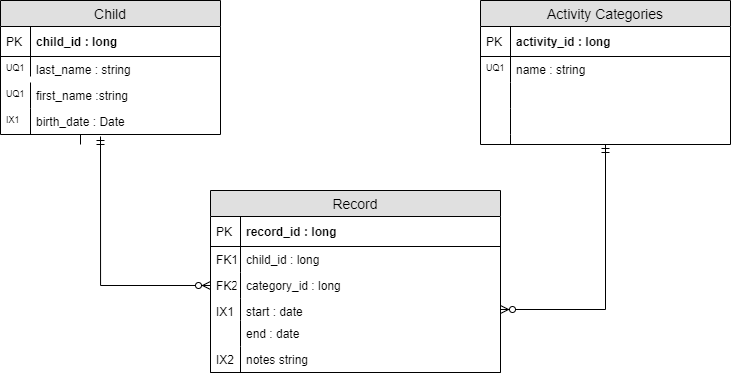
mgraham21/nursery-notes keeps this draw.io diagram as docs/nursery_notes_erd.png. Above is the earlier version. Source tidied: cells renumbered, new cells last; positions are measured from the earlier drawing's top-left corner, leaving out a move shared by most shapes. Source of this version:
```xml
<mxGraphModel>
  <root>
    <mxCell id="0" />
    <mxCell id="1" parent="0" />
    <mxCell id="2" value="Child" style="swimlane;fontStyle=0;horizontal=1;startSize=26;fillColor=#e0e0e0;swimlaneFillColor=#ffffff;align=center;fontSize=14;" parent="1" vertex="1">
      <mxGeometry width="220" height="134" as="geometry" />
    </mxCell>
    <mxCell id="3" value="child_id : long" style="shape=partialRectangle;top=0;left=0;right=0;bottom=1;align=left;verticalAlign=middle;fillColor=none;spacingLeft=34;spacingRight=4;overflow=hidden;fontStyle=1;fontSize=12;" parent="2" vertex="1">
      <mxGeometry y="26" width="220" height="30" as="geometry" />
    </mxCell>
    <mxCell id="4" value="PK" style="shape=partialRectangle;top=0;left=0;bottom=0;fillColor=none;align=left;verticalAlign=middle;spacingLeft=4;spacingRight=4;overflow=hidden;fontSize=12;" parent="3" vertex="1">
      <mxGeometry width="30" height="30" as="geometry" />
    </mxCell>
    <mxCell id="5" value="last_name : string" style="shape=partialRectangle;top=0;left=0;right=0;bottom=0;align=left;verticalAlign=top;fillColor=none;spacingLeft=34;spacingRight=4;overflow=hidden;fontSize=12;" parent="2" vertex="1">
      <mxGeometry y="56" width="220" height="26" as="geometry" />
    </mxCell>
    <mxCell id="6" value="UQ1" style="shape=partialRectangle;top=0;left=0;bottom=0;fillColor=none;align=left;verticalAlign=top;spacingLeft=4;spacingRight=4;overflow=hidden;fontSize=9;" parent="5" vertex="1">
      <mxGeometry width="30" height="20" as="geometry" />
    </mxCell>
    <mxCell id="7" value="first_name :string" style="shape=partialRectangle;top=0;left=0;right=0;bottom=0;align=left;verticalAlign=top;fillColor=none;spacingLeft=34;spacingRight=4;overflow=hidden;fontSize=12;" parent="2" vertex="1">
      <mxGeometry y="82" width="220" height="26" as="geometry" />
    </mxCell>
    <mxCell id="8" value="UQ1" style="shape=partialRectangle;top=0;left=0;bottom=0;fillColor=none;align=left;verticalAlign=top;spacingLeft=4;spacingRight=4;overflow=hidden;fontSize=9;" parent="7" vertex="1">
      <mxGeometry width="30" height="26" as="geometry" />
    </mxCell>
    <mxCell id="9" value="birth_date : Date" style="shape=partialRectangle;top=0;left=0;right=0;bottom=0;align=left;verticalAlign=top;fillColor=none;spacingLeft=34;spacingRight=4;overflow=hidden;fontSize=12;" parent="2" vertex="1">
      <mxGeometry y="108" width="220" height="26" as="geometry" />
    </mxCell>
    <mxCell id="10" value="IX1" style="shape=partialRectangle;top=0;left=0;bottom=0;fillColor=none;align=left;verticalAlign=top;spacingLeft=4;spacingRight=4;overflow=hidden;fontSize=9;" parent="9" vertex="1">
      <mxGeometry width="30" height="26" as="geometry" />
    </mxCell>
    <mxCell id="11" style="edgeStyle=orthogonalEdgeStyle;rounded=0;jettySize=auto;html=1;entryX=1;entryY=0.5;entryDx=0;entryDy=0;startArrow=ERmandOne;startFill=0;endArrow=ERzeroToMany;endFill=1;fontSize=9;" parent="1" edge="1" source="12" target="30">
      <mxGeometry relative="1" as="geometry" />
    </mxCell>
    <mxCell id="12" value="Activity Categories" style="swimlane;fontStyle=0;horizontal=1;startSize=26;fillColor=#e0e0e0;swimlaneFillColor=#ffffff;align=center;fontSize=14;" parent="1" vertex="1">
      <mxGeometry x="480" width="250" height="144" as="geometry" />
    </mxCell>
    <mxCell id="13" value="activity_id : long" style="shape=partialRectangle;top=0;left=0;right=0;bottom=1;align=left;verticalAlign=middle;fillColor=none;spacingLeft=34;spacingRight=4;overflow=hidden;fontStyle=1;fontSize=12;" parent="12" vertex="1">
      <mxGeometry y="26" width="250" height="30" as="geometry" />
    </mxCell>
    <mxCell id="14" value="PK" style="shape=partialRectangle;top=0;left=0;bottom=0;fillColor=none;align=left;verticalAlign=middle;spacingLeft=4;spacingRight=4;overflow=hidden;fontSize=12;" parent="13" vertex="1">
      <mxGeometry width="30" height="30" as="geometry" />
    </mxCell>
    <mxCell id="15" value="name : string" style="shape=partialRectangle;top=0;left=0;right=0;bottom=0;align=left;verticalAlign=top;fillColor=none;spacingLeft=34;spacingRight=4;overflow=hidden;fontSize=12;" parent="12" vertex="1">
      <mxGeometry y="56" width="250" height="26" as="geometry" />
    </mxCell>
    <mxCell id="16" value="UQ1" style="shape=partialRectangle;top=0;left=0;bottom=0;fillColor=none;align=left;verticalAlign=top;spacingLeft=4;spacingRight=4;overflow=hidden;fontSize=9;" parent="15" vertex="1">
      <mxGeometry width="30" height="26" as="geometry" />
    </mxCell>
    <mxCell id="17" style="shape=partialRectangle;top=0;left=0;right=0;bottom=0;align=left;verticalAlign=top;fillColor=none;spacingLeft=34;spacingRight=4;overflow=hidden;fontSize=12;" parent="12" vertex="1">
      <mxGeometry y="82" width="250" height="26" as="geometry" />
    </mxCell>
    <mxCell id="18" style="shape=partialRectangle;top=0;left=0;bottom=0;fillColor=none;align=left;verticalAlign=top;spacingLeft=4;spacingRight=4;overflow=hidden;fontSize=12;" parent="17" vertex="1">
      <mxGeometry width="30" height="26" as="geometry" />
    </mxCell>
    <mxCell id="19" style="shape=partialRectangle;top=0;left=0;right=0;bottom=0;align=left;verticalAlign=top;fillColor=none;spacingLeft=34;spacingRight=4;overflow=hidden;fontSize=12;" parent="12" vertex="1">
      <mxGeometry y="108" width="250" height="26" as="geometry" />
    </mxCell>
    <mxCell id="20" style="shape=partialRectangle;top=0;left=0;bottom=0;fillColor=none;align=left;verticalAlign=top;spacingLeft=4;spacingRight=4;overflow=hidden;fontSize=12;" parent="19" vertex="1">
      <mxGeometry width="30" height="26" as="geometry" />
    </mxCell>
    <mxCell id="21" style="shape=partialRectangle;top=0;left=0;right=0;bottom=0;align=left;verticalAlign=top;fillColor=none;spacingLeft=34;spacingRight=4;overflow=hidden;fontSize=12;" parent="12" vertex="1">
      <mxGeometry y="134" width="250" height="10" as="geometry" />
    </mxCell>
    <mxCell id="22" style="shape=partialRectangle;top=0;left=0;bottom=0;fillColor=none;align=left;verticalAlign=top;spacingLeft=4;spacingRight=4;overflow=hidden;fontSize=12;" parent="21" vertex="1">
      <mxGeometry width="30" height="10" as="geometry" />
    </mxCell>
    <mxCell id="23" value="Record" style="swimlane;fontStyle=0;horizontal=1;startSize=26;fillColor=#e0e0e0;swimlaneFillColor=#ffffff;align=center;fontSize=14;" parent="1" vertex="1">
      <mxGeometry x="210" y="190" width="290" height="182" as="geometry" />
    </mxCell>
    <mxCell id="24" value="record_id : long" style="shape=partialRectangle;top=0;left=0;right=0;bottom=1;align=left;verticalAlign=middle;fillColor=none;spacingLeft=34;spacingRight=4;overflow=hidden;fontStyle=1;fontSize=12;" parent="23" vertex="1">
      <mxGeometry y="26" width="290" height="30" as="geometry" />
    </mxCell>
    <mxCell id="25" value="PK" style="shape=partialRectangle;top=0;left=0;bottom=0;fillColor=none;align=left;verticalAlign=middle;spacingLeft=4;spacingRight=4;overflow=hidden;fontSize=12;" parent="24" vertex="1">
      <mxGeometry width="30" height="30" as="geometry" />
    </mxCell>
    <mxCell id="26" value="child_id : long" style="shape=partialRectangle;top=0;left=0;right=0;bottom=0;align=left;verticalAlign=top;fillColor=none;spacingLeft=34;spacingRight=4;overflow=hidden;fontSize=12;" parent="23" vertex="1">
      <mxGeometry y="56" width="290" height="26" as="geometry" />
    </mxCell>
    <mxCell id="27" value="FK1" style="shape=partialRectangle;top=0;left=0;bottom=0;fillColor=none;align=left;verticalAlign=top;spacingLeft=4;spacingRight=4;overflow=hidden;fontSize=12;" parent="26" vertex="1">
      <mxGeometry width="30" height="26" as="geometry" />
    </mxCell>
    <mxCell id="28" value="category_id : long" style="shape=partialRectangle;top=0;left=0;right=0;bottom=0;align=left;verticalAlign=top;fillColor=none;spacingLeft=34;spacingRight=4;overflow=hidden;points=[[0,0.5],[1,0.5]];portConstraint=eastwest;fontSize=12;" parent="23" vertex="1">
      <mxGeometry y="82" width="290" height="26" as="geometry" />
    </mxCell>
    <mxCell id="29" value="FK2" style="shape=partialRectangle;top=0;left=0;bottom=0;fillColor=none;align=left;verticalAlign=top;spacingLeft=4;spacingRight=4;overflow=hidden;fontSize=12;" parent="28" vertex="1">
      <mxGeometry width="30" height="26" as="geometry" />
    </mxCell>
    <mxCell id="30" value="start : date" style="shape=partialRectangle;top=0;left=0;right=0;bottom=0;align=left;verticalAlign=top;fillColor=none;spacingLeft=34;spacingRight=4;overflow=hidden;points=[[0,0.5],[1,0.5]];portConstraint=eastwest;fontSize=12;" parent="23" vertex="1">
      <mxGeometry y="108" width="290" height="22" as="geometry" />
    </mxCell>
    <mxCell id="31" value="IX1" style="shape=partialRectangle;top=0;left=0;bottom=0;fillColor=none;align=left;verticalAlign=top;spacingLeft=4;spacingRight=4;overflow=hidden;fontSize=12;" parent="30" vertex="1">
      <mxGeometry width="30" height="22" as="geometry" />
    </mxCell>
    <mxCell id="32" value="end : date" style="shape=partialRectangle;top=0;left=0;right=0;bottom=0;align=left;verticalAlign=top;fillColor=none;spacingLeft=34;spacingRight=4;overflow=hidden;fontSize=12;" parent="23" vertex="1">
      <mxGeometry y="130" width="290" height="26" as="geometry" />
    </mxCell>
    <mxCell id="33" style="shape=partialRectangle;top=0;left=0;bottom=0;fillColor=none;align=left;verticalAlign=top;spacingLeft=4;spacingRight=4;overflow=hidden;fontSize=12;" parent="32" vertex="1">
      <mxGeometry width="30" height="26" as="geometry" />
    </mxCell>
    <mxCell id="34" value="notes string" style="shape=partialRectangle;top=0;left=0;right=0;bottom=1;align=left;verticalAlign=top;fillColor=none;spacingLeft=34;spacingRight=4;overflow=hidden;fontSize=12;" parent="23" vertex="1">
      <mxGeometry y="156" width="290" height="26" as="geometry" />
    </mxCell>
    <mxCell id="35" value="IX2" style="shape=partialRectangle;top=0;left=0;bottom=0;fillColor=none;align=left;verticalAlign=top;spacingLeft=4;spacingRight=4;overflow=hidden;fontSize=12;" parent="34" vertex="1">
      <mxGeometry width="30" height="26" as="geometry" />
    </mxCell>
    <mxCell id="36" style="shape=partialRectangle;top=0;left=0;right=0;bottom=0;align=left;verticalAlign=top;fillColor=none;spacingLeft=34;spacingRight=4;overflow=hidden;fontSize=12;" parent="1" vertex="1">
      <mxGeometry x="50" y="134" width="220" height="10" as="geometry" />
    </mxCell>
    <mxCell id="37" style="shape=partialRectangle;top=0;left=0;bottom=0;fillColor=none;align=left;verticalAlign=top;spacingLeft=4;spacingRight=4;overflow=hidden;fontSize=12;" parent="36" vertex="1">
      <mxGeometry width="30" height="10" as="geometry" />
    </mxCell>
    <mxCell id="38" style="edgeStyle=orthogonalEdgeStyle;rounded=0;jettySize=auto;html=1;entryX=0;entryY=0.5;entryDx=0;entryDy=0;fontSize=9;endArrow=ERzeroToMany;endFill=1;startArrow=ERmandOne;startFill=0;" parent="1" edge="1" target="28">
      <mxGeometry relative="1" as="geometry">
        <mxPoint x="100" y="136" as="sourcePoint" />
        <Array as="points">
          <mxPoint x="100" y="136" />
          <mxPoint x="100" y="285" />
        </Array>
      </mxGeometry>
    </mxCell>
  </root>
</mxGraphModel>
```
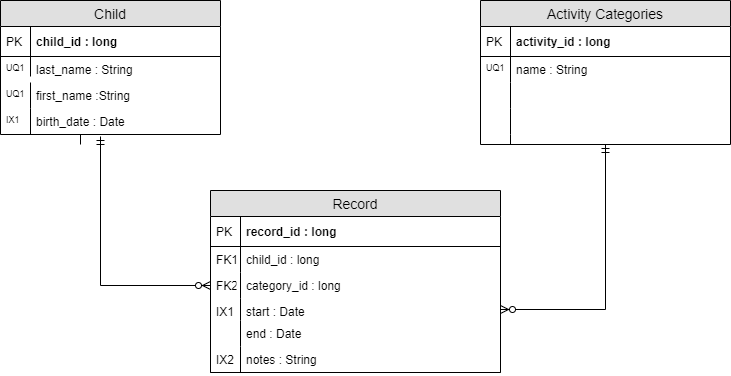
The same file after the commit.

Diff of the diagram source:
```diff
@@ -11,13 +11,13 @@
     <mxCell id="4" value="PK" style="shape=partialRectangle;top=0;left=0;bottom=0;fillColor=none;align=left;verticalAlign=middle;spacingLeft=4;spacingRight=4;overflow=hidden;fontSize=12;" parent="3" vertex="1">
       <mxGeometry width="30" height="30" as="geometry" />
     </mxCell>
-    <mxCell id="5" value="last_name : string" style="shape=partialRectangle;top=0;left=0;right=0;bottom=0;align=left;verticalAlign=top;fillColor=none;spacingLeft=34;spacingRight=4;overflow=hidden;fontSize=12;" parent="2" vertex="1">
+    <mxCell id="5" value="last_name : String" style="shape=partialRectangle;top=0;left=0;right=0;bottom=0;align=left;verticalAlign=top;fillColor=none;spacingLeft=34;spacingRight=4;overflow=hidden;fontSize=12;" parent="2" vertex="1">
       <mxGeometry y="56" width="220" height="26" as="geometry" />
     </mxCell>
     <mxCell id="6" value="UQ1" style="shape=partialRectangle;top=0;left=0;bottom=0;fillColor=none;align=left;verticalAlign=top;spacingLeft=4;spacingRight=4;overflow=hidden;fontSize=9;" parent="5" vertex="1">
       <mxGeometry width="30" height="20" as="geometry" />
     </mxCell>
-    <mxCell id="7" value="first_name :string" style="shape=partialRectangle;top=0;left=0;right=0;bottom=0;align=left;verticalAlign=top;fillColor=none;spacingLeft=34;spacingRight=4;overflow=hidden;fontSize=12;" parent="2" vertex="1">
+    <mxCell id="7" value="first_name :String" style="shape=partialRectangle;top=0;left=0;right=0;bottom=0;align=left;verticalAlign=top;fillColor=none;spacingLeft=34;spacingRight=4;overflow=hidden;fontSize=12;" parent="2" vertex="1">
       <mxGeometry y="82" width="220" height="26" as="geometry" />
     </mxCell>
     <mxCell id="8" value="UQ1" style="shape=partialRectangle;top=0;left=0;bottom=0;fillColor=none;align=left;verticalAlign=top;spacingLeft=4;spacingRight=4;overflow=hidden;fontSize=9;" parent="7" vertex="1">
@@ -41,7 +41,7 @@
     <mxCell id="14" value="PK" style="shape=partialRectangle;top=0;left=0;bottom=0;fillColor=none;align=left;verticalAlign=middle;spacingLeft=4;spacingRight=4;overflow=hidden;fontSize=12;" parent="13" vertex="1">
       <mxGeometry width="30" height="30" as="geometry" />
     </mxCell>
-    <mxCell id="15" value="name : string" style="shape=partialRectangle;top=0;left=0;right=0;bottom=0;align=left;verticalAlign=top;fillColor=none;spacingLeft=34;spacingRight=4;overflow=hidden;fontSize=12;" parent="12" vertex="1">
+    <mxCell id="15" value="name : String" style="shape=partialRectangle;top=0;left=0;right=0;bottom=0;align=left;verticalAlign=top;fillColor=none;spacingLeft=34;spacingRight=4;overflow=hidden;fontSize=12;" parent="12" vertex="1">
       <mxGeometry y="56" width="250" height="26" as="geometry" />
     </mxCell>
     <mxCell id="16" value="UQ1" style="shape=partialRectangle;top=0;left=0;bottom=0;fillColor=none;align=left;verticalAlign=top;spacingLeft=4;spacingRight=4;overflow=hidden;fontSize=9;" parent="15" vertex="1">
@@ -86,19 +86,19 @@
     <mxCell id="29" value="FK2" style="shape=partialRectangle;top=0;left=0;bottom=0;fillColor=none;align=left;verticalAlign=top;spacingLeft=4;spacingRight=4;overflow=hidden;fontSize=12;" parent="28" vertex="1">
       <mxGeometry width="30" height="26" as="geometry" />
     </mxCell>
-    <mxCell id="30" value="start : date" style="shape=partialRectangle;top=0;left=0;right=0;bottom=0;align=left;verticalAlign=top;fillColor=none;spacingLeft=34;spacingRight=4;overflow=hidden;points=[[0,0.5],[1,0.5]];portConstraint=eastwest;fontSize=12;" parent="23" vertex="1">
+    <mxCell id="30" value="start : Date" style="shape=partialRectangle;top=0;left=0;right=0;bottom=0;align=left;verticalAlign=top;fillColor=none;spacingLeft=34;spacingRight=4;overflow=hidden;points=[[0,0.5],[1,0.5]];portConstraint=eastwest;fontSize=12;" parent="23" vertex="1">
       <mxGeometry y="108" width="290" height="22" as="geometry" />
     </mxCell>
     <mxCell id="31" value="IX1" style="shape=partialRectangle;top=0;left=0;bottom=0;fillColor=none;align=left;verticalAlign=top;spacingLeft=4;spacingRight=4;overflow=hidden;fontSize=12;" parent="30" vertex="1">
       <mxGeometry width="30" height="22" as="geometry" />
     </mxCell>
-    <mxCell id="32" value="end : date" style="shape=partialRectangle;top=0;left=0;right=0;bottom=0;align=left;verticalAlign=top;fillColor=none;spacingLeft=34;spacingRight=4;overflow=hidden;fontSize=12;" parent="23" vertex="1">
+    <mxCell id="32" value="end : Date" style="shape=partialRectangle;top=0;left=0;right=0;bottom=0;align=left;verticalAlign=top;fillColor=none;spacingLeft=34;spacingRight=4;overflow=hidden;fontSize=12;" parent="23" vertex="1">
       <mxGeometry y="130" width="290" height="26" as="geometry" />
     </mxCell>
     <mxCell id="33" style="shape=partialRectangle;top=0;left=0;bottom=0;fillColor=none;align=left;verticalAlign=top;spacingLeft=4;spacingRight=4;overflow=hidden;fontSize=12;" parent="32" vertex="1">
       <mxGeometry width="30" height="26" as="geometry" />
     </mxCell>
-    <mxCell id="34" value="notes string" style="shape=partialRectangle;top=0;left=0;right=0;bottom=1;align=left;verticalAlign=top;fillColor=none;spacingLeft=34;spacingRight=4;overflow=hidden;fontSize=12;" parent="23" vertex="1">
+    <mxCell id="34" value="notes : String" style="shape=partialRectangle;top=0;left=0;right=0;bottom=1;align=left;verticalAlign=top;fillColor=none;spacingLeft=34;spacingRight=4;overflow=hidden;fontSize=12;" parent="23" vertex="1">
       <mxGeometry y="156" width="290" height="26" as="geometry" />
     </mxCell>
     <mxCell id="35" value="IX2" style="shape=partialRectangle;top=0;left=0;bottom=0;fillColor=none;align=left;verticalAlign=top;spacingLeft=4;spacingRight=4;overflow=hidden;fontSize=12;" parent="34" vertex="1">
```
